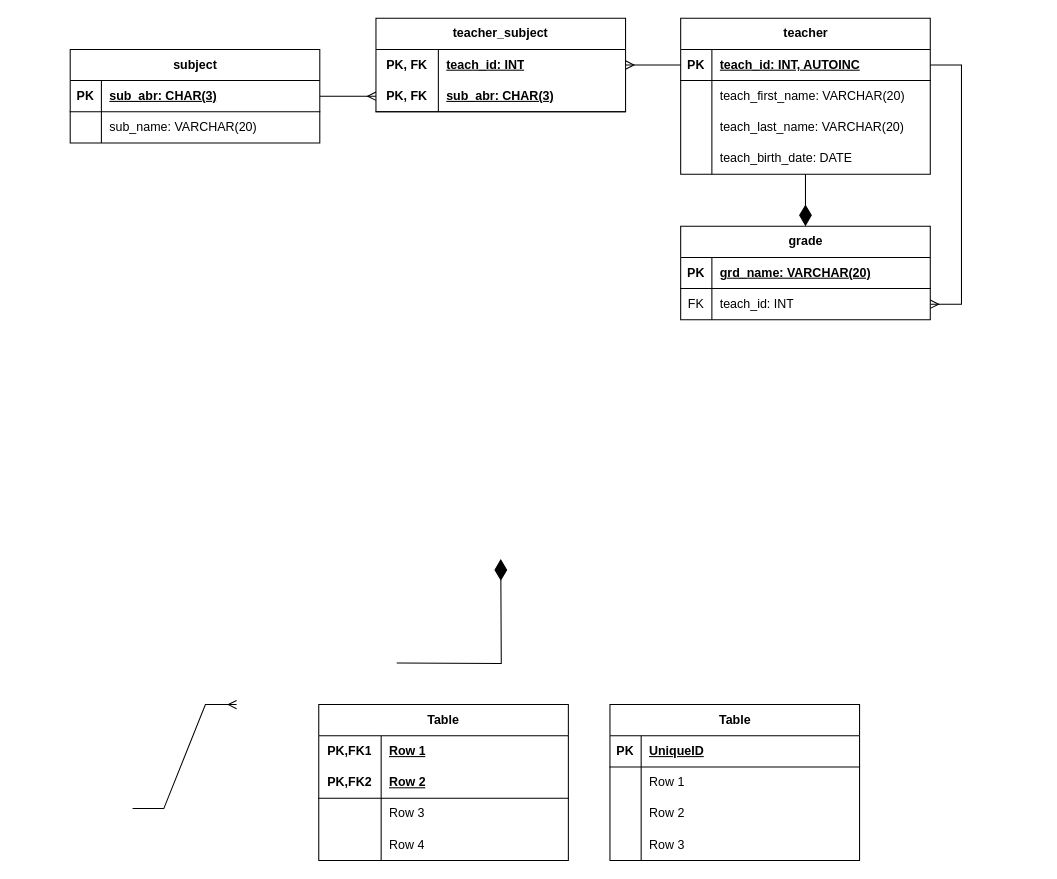
Before: drafts/rel.drawio in elma1989/teach, a draw.io diagram. Source tidied: cells renumbered, new cells numbered last; positions are measured from the earlier drawing's top-left corner, leaving out a move shared by most shapes. Both pictures are drawn from the tidied source at 104%, with x=0, y=0 at pixel (70, 18).
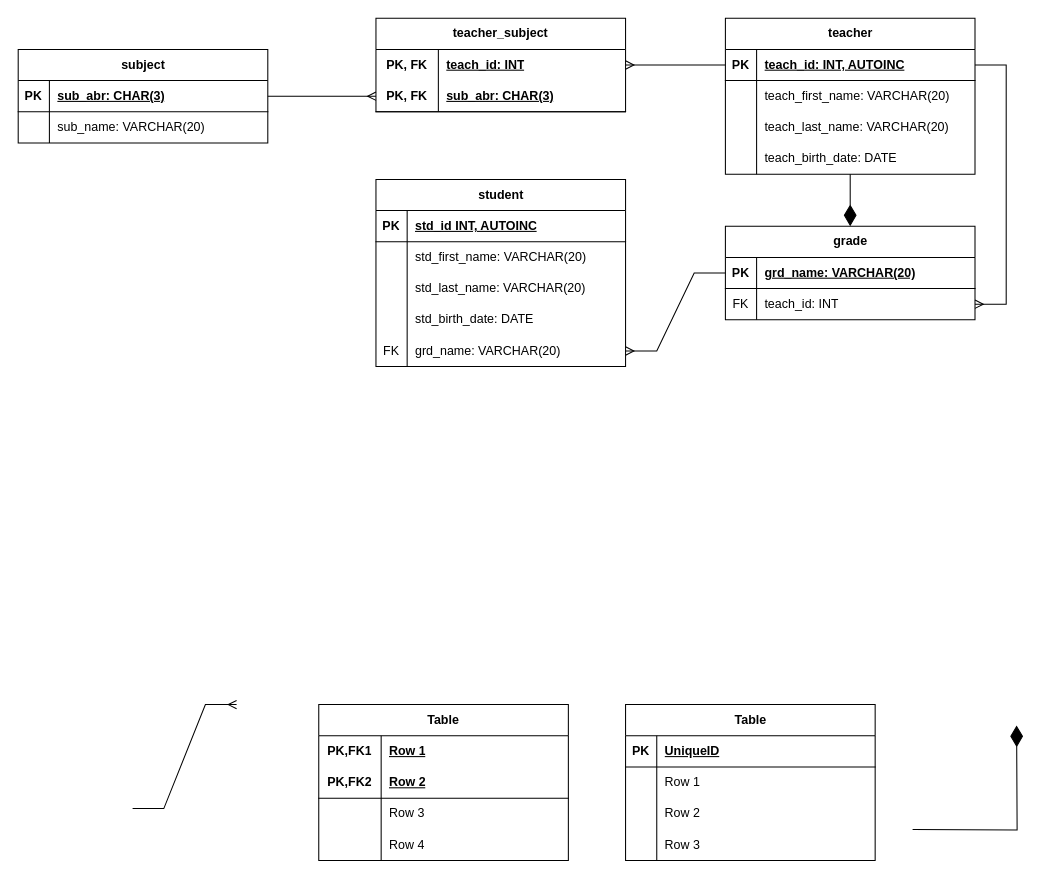
Above is the later version.

The change refers to these unchanged cells:
```xml
<mxCell id="59" style="shape=tableRow;horizontal=0;startSize=0;swimlaneHead=0;swimlaneBody=0;fillColor=none;points=[[0,0.5],[1,0.5]];portConstraint=eastwest;top=0;left=0;right=0;bottom=1;" parent="58" vertex="1">
  <mxGeometry y="30" width="240" height="30" as="geometry" />
</mxCell>
```

What changed in the source:
```diff
@@
     <mxCell id="2" value="Table" style="shape=table;startSize=30;childLayout=tableLayout;rowLines=0;fontStyle=1;align=center;html=1;" parent="1" vertex="1">
-      <mxGeometry x="519" y="660" width="240" height="150" as="geometry" />
+      <mxGeometry x="534" y="660" width="240" height="150" as="geometry" />
     </mxCell>
@@
     <mxCell id="15" value="subject" style="shape=table;startSize=30;childLayout=tableLayout;rowLines=0;fontStyle=1;align=center;html=1;" parent="1" vertex="1">
-      <mxGeometry y="30" width="240" height="90" as="geometry" />
+      <mxGeometry x="-50" y="30" width="240" height="90" as="geometry" />
     </mxCell>
@@
     <mxCell id="22" value="teacher" style="shape=table;startSize=30;childLayout=tableLayout;rowLines=0;fontStyle=1;align=center;html=1;" parent="1" vertex="1">
-      <mxGeometry x="587" width="240" height="150" as="geometry" />
+      <mxGeometry x="630" width="240" height="150" as="geometry" />
     </mxCell>
@@
     <mxCell id="58" value="grade" style="shape=table;startSize=30;childLayout=tableLayout;rowLines=0;fontStyle=1;align=center;html=1;" parent="1" vertex="1">
-      <mxGeometry x="587" y="200" width="240" height="90" as="geometry" />
+      <mxGeometry x="630" y="200" width="240" height="90" as="geometry" />
     </mxCell>
@@
     <mxCell id="66" style="edgeStyle=orthogonalEdgeStyle;fontSize=12;html=1;endArrow=diamondThin;rounded=0;endFill=1;endSize=18;startSize=6;jumpSize=6;targetPerimeterSpacing=0;" parent="1" edge="1">
       <mxGeometry relative="1" as="geometry">
-        <mxPoint x="314" y="620" as="sourcePoint" />
-        <mxPoint x="414" y="520" as="targetPoint" />
+        <mxPoint x="810" y="780" as="sourcePoint" />
+        <mxPoint x="910" y="680" as="targetPoint" />
       </mxGeometry>
     </mxCell>
@@
+    <mxCell id="68" value="student" style="shape=table;startSize=30;childLayout=tableLayout;rowLines=0;fontStyle=1;align=center;html=1;" parent="1" vertex="1">
+      <mxGeometry x="294" y="155" width="240" height="180" as="geometry" />
+    </mxCell>
+    <mxCell id="69" style="shape=tableRow;horizontal=0;startSize=0;swimlaneHead=0;swimlaneBody=0;fillColor=none;top=0;left=0;right=0;bottom=1;" parent="68" vertex="1">
+      <mxGeometry y="30" width="240" height="30" as="geometry" />
+    </mxCell>
+    <mxCell id="70" value="PK" style="shape=partialRectangle;fillColor=none;top=0;left=0;bottom=0;right=0;fontStyle=1;overflow=hidden;whiteSpace=wrap;html=1;" parent="69" vertex="1">
+      <mxGeometry width="30" height="30" as="geometry" />
+    </mxCell>
+    <mxCell id="71" value="std_id INT, AUTOINC" style="shape=partialRectangle;fillColor=none;top=0;left=0;bottom=0;right=0;align=left;spacingLeft=6;fontStyle=5;overflow=hidden;whiteSpace=wrap;html=1;" parent="69" vertex="1">
+      <mxGeometry x="30" width="210" height="30" as="geometry" />
+    </mxCell>
+    <mxCell id="72" style="shape=tableRow;horizontal=0;startSize=0;swimlaneHead=0;swimlaneBody=0;fillColor=none;top=0;left=0;right=0;bottom=0;" parent="68" vertex="1">
+      <mxGeometry y="60" width="240" height="30" as="geometry" />
+    </mxCell>
+    <mxCell id="73" style="shape=partialRectangle;fillColor=none;top=0;left=0;bottom=0;right=0;overflow=hidden;whiteSpace=wrap;html=1;" parent="72" vertex="1">
+      <mxGeometry width="30" height="30" as="geometry" />
+    </mxCell>
+    <mxCell id="74" value="std_first_name: VARCHAR(20)" style="shape=partialRectangle;fillColor=none;top=0;left=0;bottom=0;right=0;align=left;spacingLeft=6;overflow=hidden;whiteSpace=wrap;html=1;" parent="72" vertex="1">
+      <mxGeometry x="30" width="210" height="30" as="geometry" />
+    </mxCell>
+    <mxCell id="75" style="shape=tableRow;horizontal=0;startSize=0;swimlaneHead=0;swimlaneBody=0;fillColor=none;top=0;left=0;right=0;bottom=0;" parent="68" vertex="1">
+      <mxGeometry y="90" width="240" height="30" as="geometry" />
+    </mxCell>
+    <mxCell id="76" style="shape=partialRectangle;fillColor=none;top=0;left=0;bottom=0;right=0;overflow=hidden;whiteSpace=wrap;html=1;" parent="75" vertex="1">
+      <mxGeometry width="30" height="30" as="geometry" />
+    </mxCell>
+    <mxCell id="77" value="std_last_name: VARCHAR(20)" style="shape=partialRectangle;fillColor=none;top=0;left=0;bottom=0;right=0;align=left;spacingLeft=6;overflow=hidden;whiteSpace=wrap;html=1;" parent="75" vertex="1">
+      <mxGeometry x="30" width="210" height="30" as="geometry" />
+    </mxCell>
+    <mxCell id="78" style="shape=tableRow;horizontal=0;startSize=0;swimlaneHead=0;swimlaneBody=0;fillColor=none;top=0;left=0;right=0;bottom=0;" parent="68" vertex="1">
+      <mxGeometry y="120" width="240" height="30" as="geometry" />
+    </mxCell>
+    <mxCell id="79" style="shape=partialRectangle;fillColor=none;top=0;left=0;bottom=0;right=0;overflow=hidden;whiteSpace=wrap;html=1;" parent="78" vertex="1">
+      <mxGeometry width="30" height="30" as="geometry" />
+    </mxCell>
+    <mxCell id="80" value="std_birth_date: DATE" style="shape=partialRectangle;fillColor=none;top=0;left=0;bottom=0;right=0;align=left;spacingLeft=6;overflow=hidden;whiteSpace=wrap;html=1;" parent="78" vertex="1">
+      <mxGeometry x="30" width="210" height="30" as="geometry" />
+    </mxCell>
+    <mxCell id="81" style="shape=tableRow;horizontal=0;startSize=0;swimlaneHead=0;swimlaneBody=0;fillColor=none;points=[[0,0.5],[1,0.5]];portConstraint=eastwest;top=0;left=0;right=0;bottom=0;" parent="68" vertex="1">
+      <mxGeometry y="150" width="240" height="30" as="geometry" />
+    </mxCell>
+    <mxCell id="82" value="FK" style="shape=partialRectangle;fillColor=none;top=0;left=0;bottom=0;right=0;overflow=hidden;whiteSpace=wrap;html=1;" parent="81" vertex="1">
+      <mxGeometry width="30" height="30" as="geometry" />
+    </mxCell>
+    <mxCell id="83" value="grd_name: VARCHAR(20)" style="shape=partialRectangle;fillColor=none;top=0;left=0;bottom=0;right=0;align=left;spacingLeft=6;overflow=hidden;whiteSpace=wrap;html=1;" parent="81" vertex="1">
+      <mxGeometry x="30" width="210" height="30" as="geometry" />
+    </mxCell>
+    <mxCell id="84" style="edgeStyle=entityRelationEdgeStyle;fontSize=12;html=1;endArrow=ERmany;rounded=0;" parent="1" edge="1" source="59" target="81">
+      <mxGeometry relative="1" as="geometry">
+        <Array as="points">
+          <mxPoint x="390" y="330" />
+        </Array>
+      </mxGeometry>
+    </mxCell>
```
